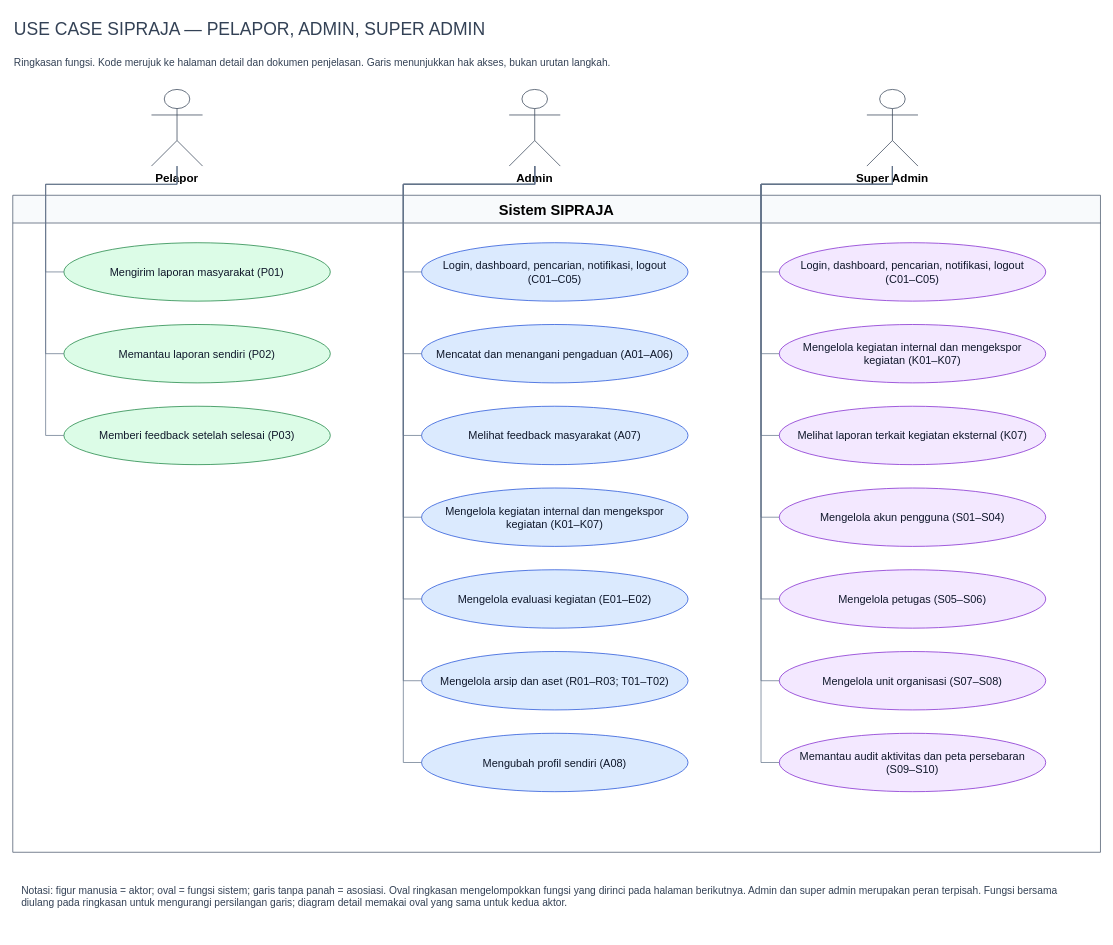
Samuel-smr/Satpolpp keeps this draw.io diagram as page "01 - Ringkasan tiga aktor" (1 of 8) of docs/SIPRAJA-use-case.drawio. Above is the earlier version. Source tidied: cells renumbered, new cells numbered last; positions are measured from the earlier drawing's top-left corner, leaving out a move shared by most shapes. Both pictures are drawn from the tidied source at 73%, with x=0, y=0 at pixel (12, 12).
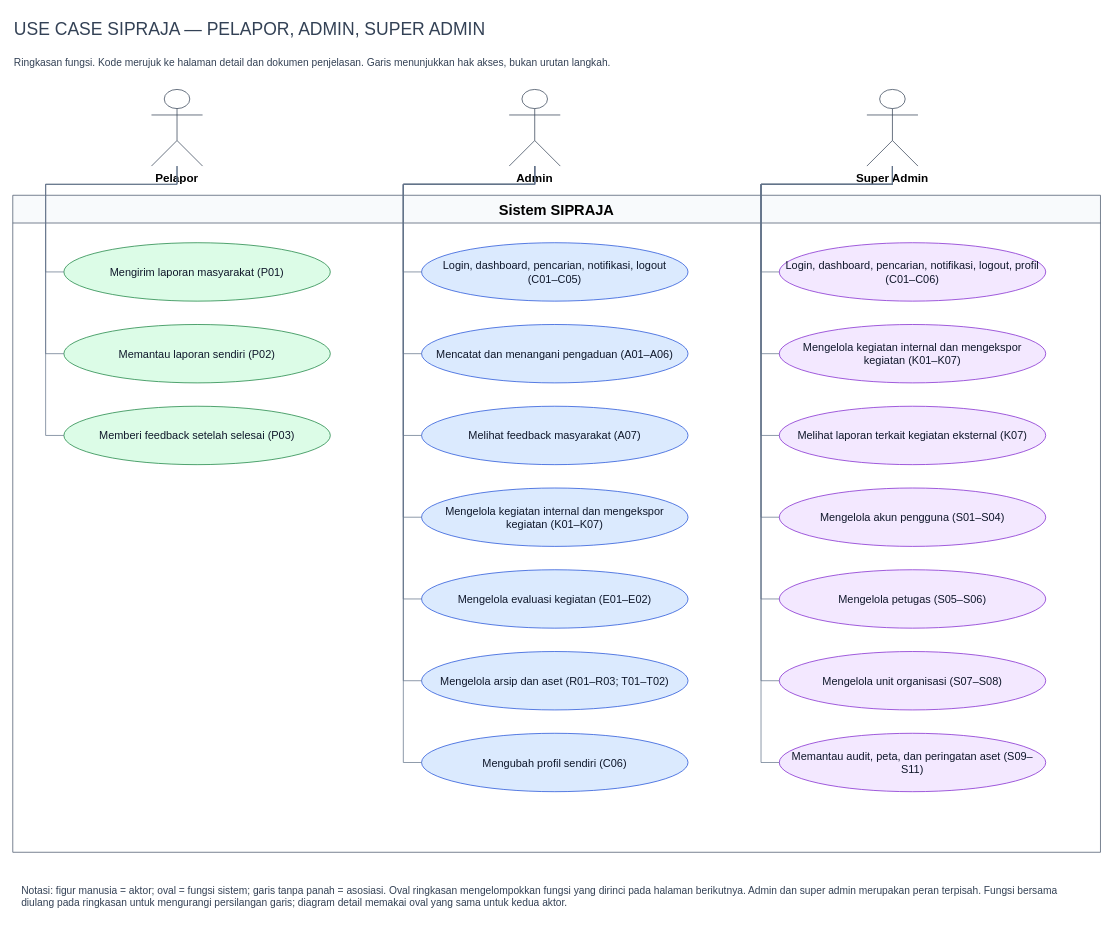
After the change.

What changed in the source:
```diff
@@
-    <mxCell id="16" value="Mengubah profil sendiri (A08)" style="ellipse;whiteSpace=wrap;html=0;fontSize=15;spacing=10;fillColor=#dbeafe;strokeColor=#1d4ed8;fontColor=#0f172a;" parent="1" vertex="1">
+    <mxCell id="16" value="Mengubah profil sendiri (C06)" style="ellipse;whiteSpace=wrap;html=0;fontSize=15;spacing=10;fillColor=#dbeafe;strokeColor=#1d4ed8;fontColor=#0f172a;" parent="1" vertex="1">
       <mxGeometry x="560" y="987" width="365" height="80" as="geometry" />
     </mxCell>
@@
-    <mxCell id="18" value="Login, dashboard, pencarian, notifikasi, logout (C01–C05)" style="ellipse;whiteSpace=wrap;html=0;fontSize=15;spacing=10;fillColor=#f3e8ff;strokeColor=#7e22ce;fontColor=#0f172a;" parent="1" vertex="1">
+    <mxCell id="18" value="Login, dashboard, pencarian, notifikasi, logout, profil (C01–C06)" style="ellipse;whiteSpace=wrap;html=0;fontSize=15;spacing=10;fillColor=#f3e8ff;strokeColor=#7e22ce;fontColor=#0f172a;" parent="1" vertex="1">
       <mxGeometry x="1050" y="315" width="365" height="80" as="geometry" />
     </mxCell>
@@
-    <mxCell id="24" value="Memantau audit aktivitas dan peta persebaran (S09–S10)" style="ellipse;whiteSpace=wrap;html=0;fontSize=15;spacing=10;fillColor=#f3e8ff;strokeColor=#7e22ce;fontColor=#0f172a;" parent="1" vertex="1">
+    <mxCell id="24" value="Memantau audit, peta, dan peringatan aset (S09–S11)" style="ellipse;whiteSpace=wrap;html=0;fontSize=15;spacing=10;fillColor=#f3e8ff;strokeColor=#7e22ce;fontColor=#0f172a;" parent="1" vertex="1">
       <mxGeometry x="1050" y="987" width="365" height="80" as="geometry" />
     </mxCell>
```
